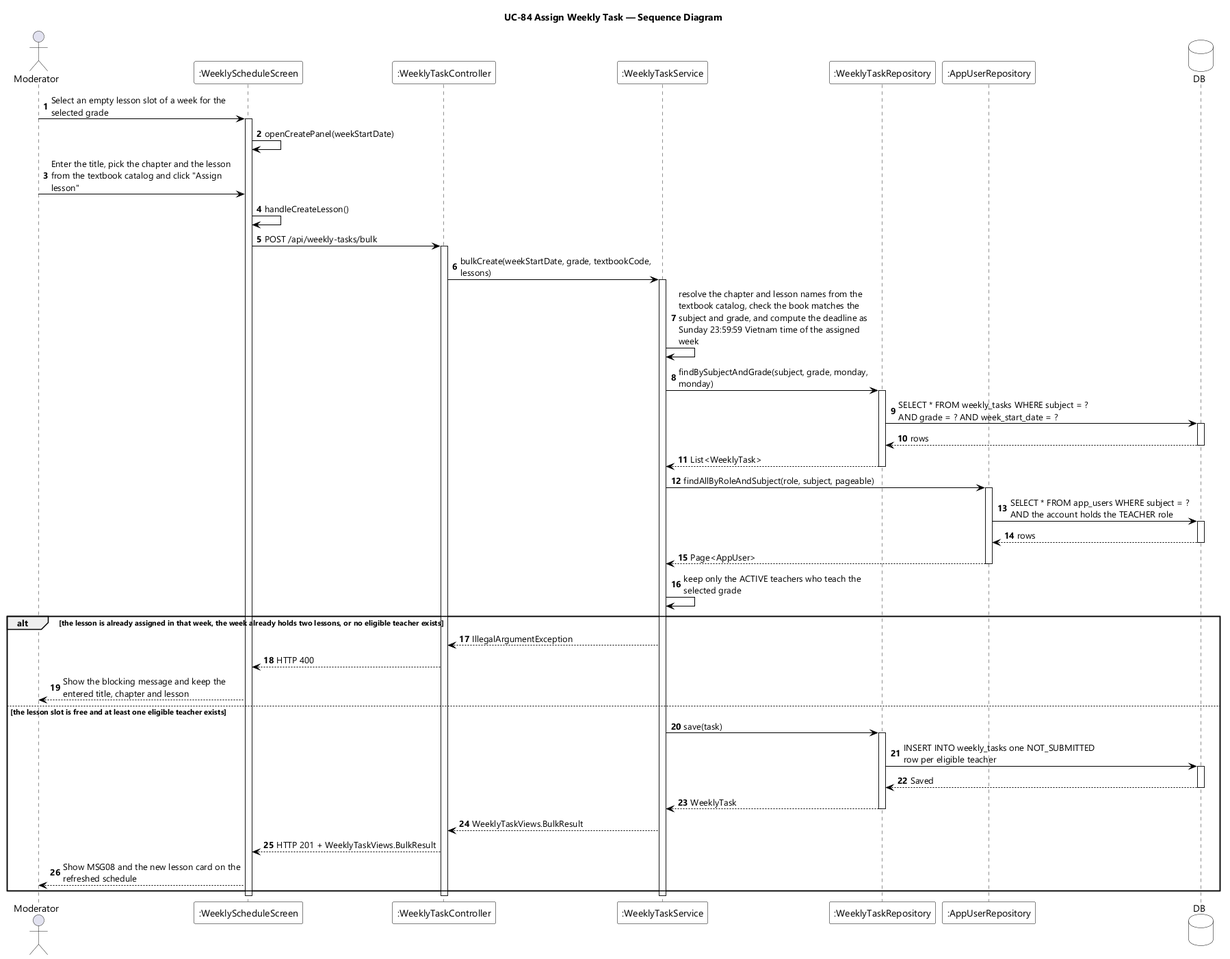
Before: designs/sds-diagrams/uc84/uc84-sequence-diagram.png, a diagram exported from PlantUML (EduA-system/EduA-system). Its diagram source:
```plantuml
@startuml UC-84 Assign Weekly Task - Sequence Diagram
skinparamlocked dpi 96
skinparam defaultFontName "Segoe UI"
skinparam shadowing false
skinparam ParticipantBackgroundColor #FFFFFF
skinparam ParticipantBorderColor #000000
skinparam DatabaseBackgroundColor #FFFFFF
skinparam DatabaseBorderColor #000000
skinparam ArrowColor #000000
skinparam sequenceMessageAlign left
skinparam maxMessageSize 280
title UC-84 Assign Weekly Task — Sequence Diagram

actor Moderator
participant ":WeeklyScheduleScreen" as UI
participant ":WeeklyTaskController" as CTL
participant ":WeeklyTaskService" as SVC
participant ":WeeklyTaskRepository" as REPO
participant ":AppUserRepository" as USERS
database DB

autonumber
Moderator -> UI : Select an empty lesson slot of a week for the selected grade
activate UI
UI -> UI : openCreatePanel(weekStartDate)
Moderator -> UI : Enter the title, pick the chapter and the lesson from the textbook catalog and click "Assign lesson"
UI -> UI : handleCreateLesson()
UI -> CTL : POST /api/weekly-tasks/bulk
activate CTL
CTL -> SVC : bulkCreate(weekStartDate, grade, textbookCode, lessons)
activate SVC
SVC -> SVC : resolve the chapter and lesson names from the textbook catalog, check the book matches the subject and grade, and compute the deadline as Sunday 23:59:59 Vietnam time of the assigned week

SVC -> REPO : findBySubjectAndGrade(subject, grade, monday, monday)
activate REPO
REPO -> DB : SELECT * FROM weekly_tasks WHERE subject = ? AND grade = ? AND week_start_date = ?
activate DB
DB --> REPO : rows
deactivate DB
REPO --> SVC : List<WeeklyTask>
deactivate REPO

SVC -> USERS : findAllByRoleAndSubject(role, subject, pageable)
activate USERS
USERS -> DB : SELECT * FROM app_users WHERE subject = ? AND the account holds the TEACHER role
activate DB
DB --> USERS : rows
deactivate DB
USERS --> SVC : Page<AppUser>
deactivate USERS
SVC -> SVC : keep only the ACTIVE teachers who teach the selected grade

alt the lesson is already assigned in that week, the week already holds two lessons, or no eligible teacher exists
  SVC --> CTL : IllegalArgumentException
  CTL --> UI : HTTP 400
  UI --> Moderator : Show the blocking message and keep the entered title, chapter and lesson
else the lesson slot is free and at least one eligible teacher exists
  SVC -> REPO : save(task)
  activate REPO
  REPO -> DB : INSERT INTO weekly_tasks one NOT_SUBMITTED row per eligible teacher
  activate DB
  DB --> REPO : Saved
  deactivate DB
  REPO --> SVC : WeeklyTask
  deactivate REPO
  SVC --> CTL : WeeklyTaskViews.BulkResult
  CTL --> UI : HTTP 201 + WeeklyTaskViews.BulkResult
  UI --> Moderator : Show MSG08 and the new lesson card on the refreshed schedule
end
deactivate SVC
deactivate CTL
deactivate UI
@enduml
```
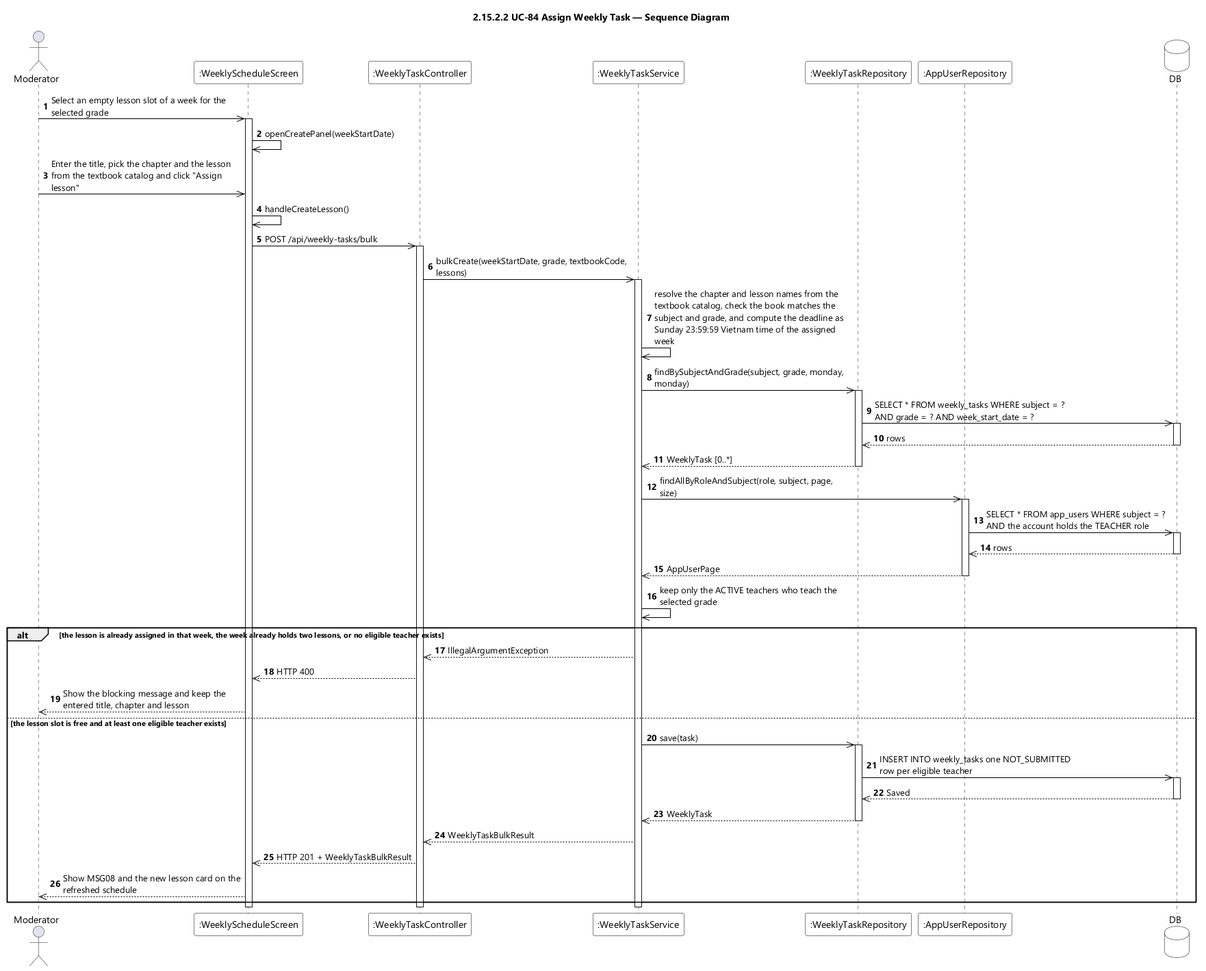
The same file after the commit.

What changed in the source:
```diff
@@ -9,7 +9,7 @@
 skinparam ArrowColor #000000
 skinparam sequenceMessageAlign left
 skinparam maxMessageSize 280
-title UC-84 Assign Weekly Task — Sequence Diagram
+title 2.15.2.2 UC-84 Assign Weekly Task — Sequence Diagram
 
 actor Moderator
 participant ":WeeklyScheduleScreen" as UI
@@ -20,52 +20,52 @@
 database DB
 
 autonumber
-Moderator -> UI : Select an empty lesson slot of a week for the selected grade
+Moderator ->> UI : Select an empty lesson slot of a week for the selected grade
 activate UI
-UI -> UI : openCreatePanel(weekStartDate)
-Moderator -> UI : Enter the title, pick the chapter and the lesson from the textbook catalog and click "Assign lesson"
-UI -> UI : handleCreateLesson()
-UI -> CTL : POST /api/weekly-tasks/bulk
+UI ->> UI : openCreatePanel(weekStartDate)
+Moderator ->> UI : Enter the title, pick the chapter and the lesson from the textbook catalog and click "Assign lesson"
+UI ->> UI : handleCreateLesson()
+UI ->> CTL : POST /api/weekly-tasks/bulk
 activate CTL
-CTL -> SVC : bulkCreate(weekStartDate, grade, textbookCode, lessons)
+CTL ->> SVC : bulkCreate(weekStartDate, grade, textbookCode, lessons)
 activate SVC
-SVC -> SVC : resolve the chapter and lesson names from the textbook catalog, check the book matches the subject and grade, and compute the deadline as Sunday 23:59:59 Vietnam time of the assigned week
+SVC ->> SVC : resolve the chapter and lesson names from the textbook catalog, check the book matches the subject and grade, and compute the deadline as Sunday 23:59:59 Vietnam time of the assigned week
 
-SVC -> REPO : findBySubjectAndGrade(subject, grade, monday, monday)
+SVC ->> REPO : findBySubjectAndGrade(subject, grade, monday, monday)
 activate REPO
-REPO -> DB : SELECT * FROM weekly_tasks WHERE subject = ? AND grade = ? AND week_start_date = ?
+REPO ->> DB : SELECT * FROM weekly_tasks WHERE subject = ? AND grade = ? AND week_start_date = ?
 activate DB
-DB --> REPO : rows
+DB -->> REPO : rows
 deactivate DB
-REPO --> SVC : List<WeeklyTask>
+REPO -->> SVC : WeeklyTask [0..*]
 deactivate REPO
 
-SVC -> USERS : findAllByRoleAndSubject(role, subject, pageable)
+SVC ->> USERS : findAllByRoleAndSubject(role, subject, page, size)
 activate USERS
-USERS -> DB : SELECT * FROM app_users WHERE subject = ? AND the account holds the TEACHER role
+USERS ->> DB : SELECT * FROM app_users WHERE subject = ? AND the account holds the TEACHER role
 activate DB
-DB --> USERS : rows
+DB -->> USERS : rows
 deactivate DB
-USERS --> SVC : Page<AppUser>
+USERS -->> SVC : AppUserPage
 deactivate USERS
-SVC -> SVC : keep only the ACTIVE teachers who teach the selected grade
+SVC ->> SVC : keep only the ACTIVE teachers who teach the selected grade
 
 alt the lesson is already assigned in that week, the week already holds two lessons, or no eligible teacher exists
-  SVC --> CTL : IllegalArgumentException
-  CTL --> UI : HTTP 400
-  UI --> Moderator : Show the blocking message and keep the entered title, chapter and lesson
+  SVC -->> CTL : IllegalArgumentException
+  CTL -->> UI : HTTP 400
+  UI -->> Moderator : Show the blocking message and keep the entered title, chapter and lesson
 else the lesson slot is free and at least one eligible teacher exists
-  SVC -> REPO : save(task)
+  SVC ->> REPO : save(task)
   activate REPO
-  REPO -> DB : INSERT INTO weekly_tasks one NOT_SUBMITTED row per eligible teacher
+  REPO ->> DB : INSERT INTO weekly_tasks one NOT_SUBMITTED row per eligible teacher
   activate DB
-  DB --> REPO : Saved
+  DB -->> REPO : Saved
   deactivate DB
-  REPO --> SVC : WeeklyTask
+  REPO -->> SVC : WeeklyTask
   deactivate REPO
-  SVC --> CTL : WeeklyTaskViews.BulkResult
-  CTL --> UI : HTTP 201 + WeeklyTaskViews.BulkResult
-  UI --> Moderator : Show MSG08 and the new lesson card on the refreshed schedule
+  SVC -->> CTL : WeeklyTaskBulkResult
+  CTL -->> UI : HTTP 201 + WeeklyTaskBulkResult
+  UI -->> Moderator : Show MSG08 and the new lesson card on the refreshed schedule
 end
 deactivate SVC
 deactivate CTL
```
